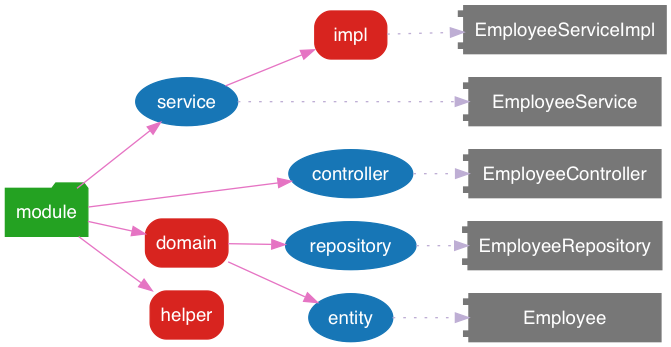
This is static/image/2019/07/spring-mvc-module.png from Jeanhwea/jeanhwea.github.io, a Graphviz export, as it was before one commit. Its source is kept beside it as static/image/2019/07/spring-mvc-module.dot.
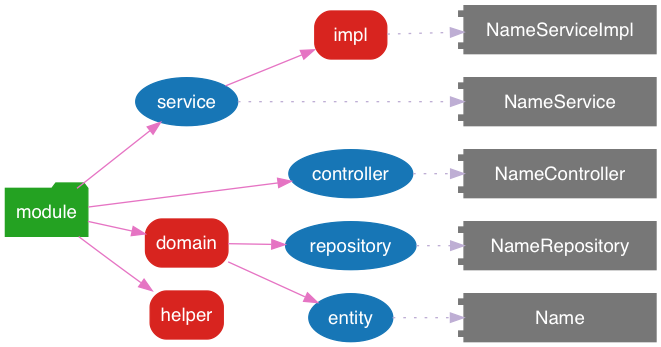
After the commit.

Change to the diagram source:
```diff
@@ -24,17 +24,17 @@
   node [shape=component, style=filled, color="#777777", width=2];
   {
     rank="same";
-    Employee;
-    EmployeeRepository;
-    EmployeeService;
-    EmployeeServiceImpl;
-    EmployeeController;
+    Name;
+    NameRepository;
+    NameService;
+    NameServiceImpl;
+    NameController;
   }
 
   edge [shape=dot, style=dotted, color="#beaed4"];
-  entity -> Employee;
-  repository -> EmployeeRepository;
-  service -> EmployeeService;
-  service_impl -> EmployeeServiceImpl;
-  controller -> EmployeeController;
+  entity -> Name;
+  repository -> NameRepository;
+  service -> NameService;
+  service_impl -> NameServiceImpl;
+  controller -> NameController;
 }
```
